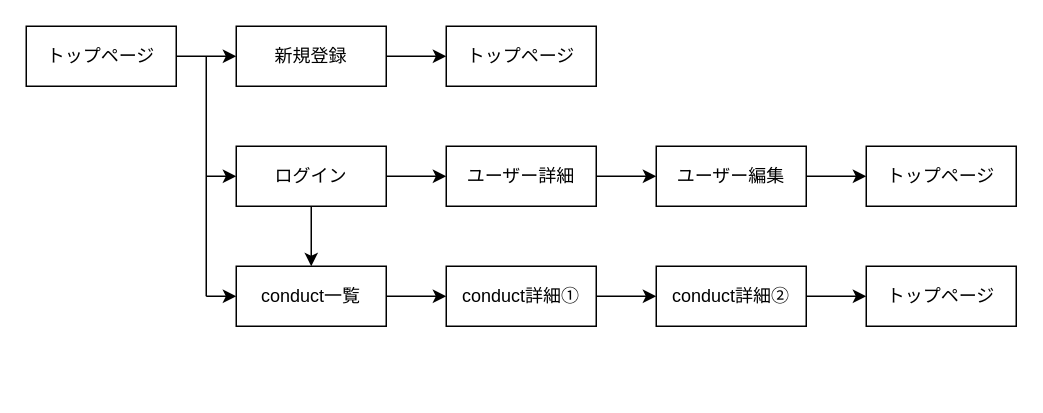
Earlier version of the draw.io diagram page "画面遷移図" (1 of 2) of .dio (chicattita/original-app). Source tidied: cells renumbered, new cells numbered last; positions are measured from the earlier drawing's top-left corner, leaving out a move shared by most shapes. Both pictures are drawn from the tidied source at 150%, with x=0, y=0 at pixel (26, 26).
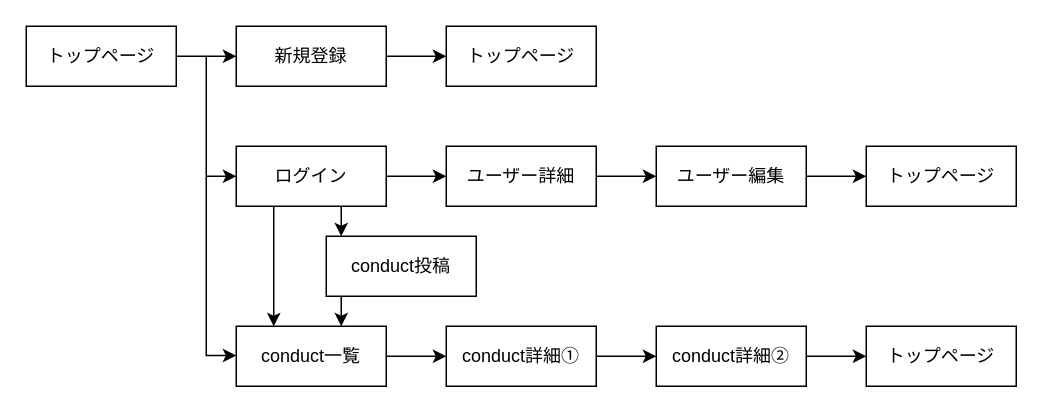
The same diagram, later.

The change refers to these unchanged cells:
```xml
<mxCell id="6" value="ログイン" style="whiteSpace=wrap;html=1;align=center;" parent="1" vertex="1">
  <mxGeometry x="140" y="80" width="100" height="40" as="geometry" />
</mxCell>
```

The edit, as a diff of the source:
```diff
@@
-    <mxCell id="5" style="edgeStyle=none;html=1;exitX=0.5;exitY=1;exitDx=0;exitDy=0;entryX=0.5;entryY=0;entryDx=0;entryDy=0;" parent="1" edge="1" source="6" target="13">
+    <mxCell id="5" style="edgeStyle=none;html=1;entryX=0.25;entryY=0;entryDx=0;entryDy=0;exitX=0.25;exitY=1;exitDx=0;exitDy=0;" parent="1" edge="1" source="6" target="13">
       <mxGeometry relative="1" as="geometry" />
     </mxCell>
@@
     <mxCell id="10" value="conduct詳細①" style="whiteSpace=wrap;html=1;align=center;" parent="1" vertex="1">
-      <mxGeometry x="280" y="160" width="100" height="40" as="geometry" />
+      <mxGeometry x="280" y="200" width="100" height="40" as="geometry" />
     </mxCell>
     <mxCell id="11" style="edgeStyle=none;html=1;" parent="1" edge="1">
       <mxGeometry relative="1" as="geometry">
-        <mxPoint x="120" y="180" as="sourcePoint" />
-        <mxPoint x="140" y="180" as="targetPoint" />
+        <mxPoint x="120" y="219.5" as="sourcePoint" />
+        <mxPoint x="140" y="219.5" as="targetPoint" />
       </mxGeometry>
     </mxCell>
@@
     <mxCell id="13" value="conduct一覧" style="whiteSpace=wrap;html=1;align=center;" parent="1" vertex="1">
-      <mxGeometry x="140" y="160" width="100" height="40" as="geometry" />
+      <mxGeometry x="140" y="200" width="100" height="40" as="geometry" />
     </mxCell>
@@
     <mxCell id="15" value="conduct詳細②" style="whiteSpace=wrap;html=1;align=center;" parent="1" vertex="1">
-      <mxGeometry x="420" y="160" width="100" height="40" as="geometry" />
+      <mxGeometry x="420" y="200" width="100" height="40" as="geometry" />
     </mxCell>
@@
     <mxCell id="20" style="endArrow=none;html=1;rounded=0;" parent="1" edge="1">
       <mxGeometry relative="1" as="geometry">
         <mxPoint x="120" y="20" as="sourcePoint" />
-        <mxPoint x="120" y="180" as="targetPoint" />
+        <mxPoint x="120" y="220" as="targetPoint" />
       </mxGeometry>
     </mxCell>
@@
     <mxCell id="24" value="トップページ" style="whiteSpace=wrap;html=1;align=center;" parent="1" vertex="1">
-      <mxGeometry x="560" y="160" width="100" height="40" as="geometry" />
+      <mxGeometry x="560" y="200" width="100" height="40" as="geometry" />
     </mxCell>
@@
+    <mxCell id="26" value="conduct投稿" style="whiteSpace=wrap;html=1;align=center;" parent="1" vertex="1">
+      <mxGeometry x="200" y="140" width="100" height="40" as="geometry" />
+    </mxCell>
+    <mxCell id="27" style="edgeStyle=none;html=1;" parent="1" edge="1">
+      <mxGeometry relative="1" as="geometry">
+        <mxPoint x="210" y="180" as="sourcePoint" />
+        <mxPoint x="210" y="200" as="targetPoint" />
+      </mxGeometry>
+    </mxCell>
+    <mxCell id="28" style="edgeStyle=none;html=1;" parent="1" edge="1">
+      <mxGeometry relative="1" as="geometry">
+        <mxPoint x="210" y="120" as="sourcePoint" />
+        <mxPoint x="210" y="140" as="targetPoint" />
+      </mxGeometry>
+    </mxCell>
```
